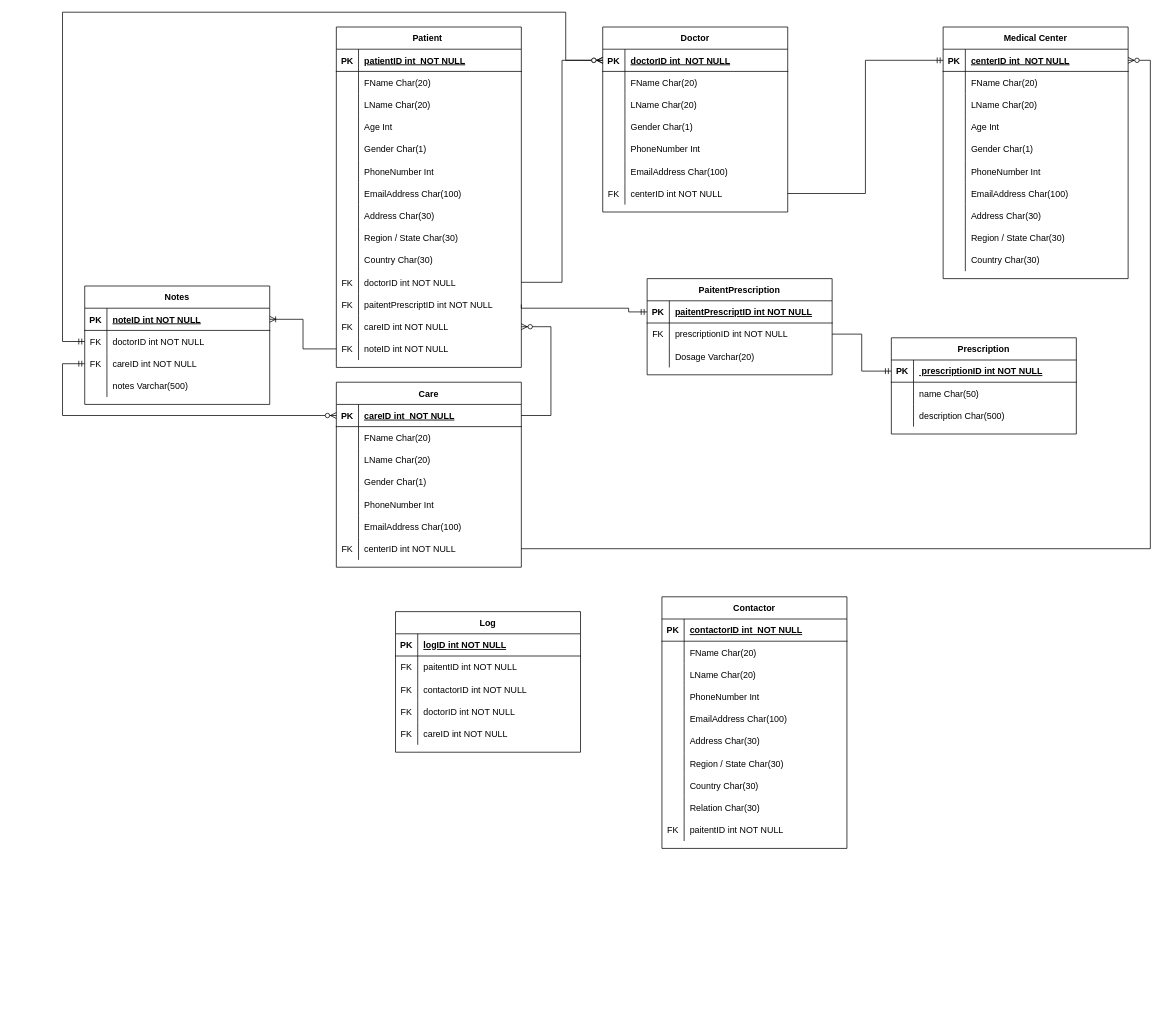
KoopaTheTurtle/BCDE214-Assignment-1 keeps this draw.io diagram as ERD-1-Submission-1.drawio. Above is the earlier version. Source tidied: cells renumbered, new cells numbered last; positions are measured from the earlier drawing's top-left corner, leaving out a move shared by most shapes. Both pictures are drawn from the tidied source at 74%, with x=0, y=0 at pixel (62, 12).
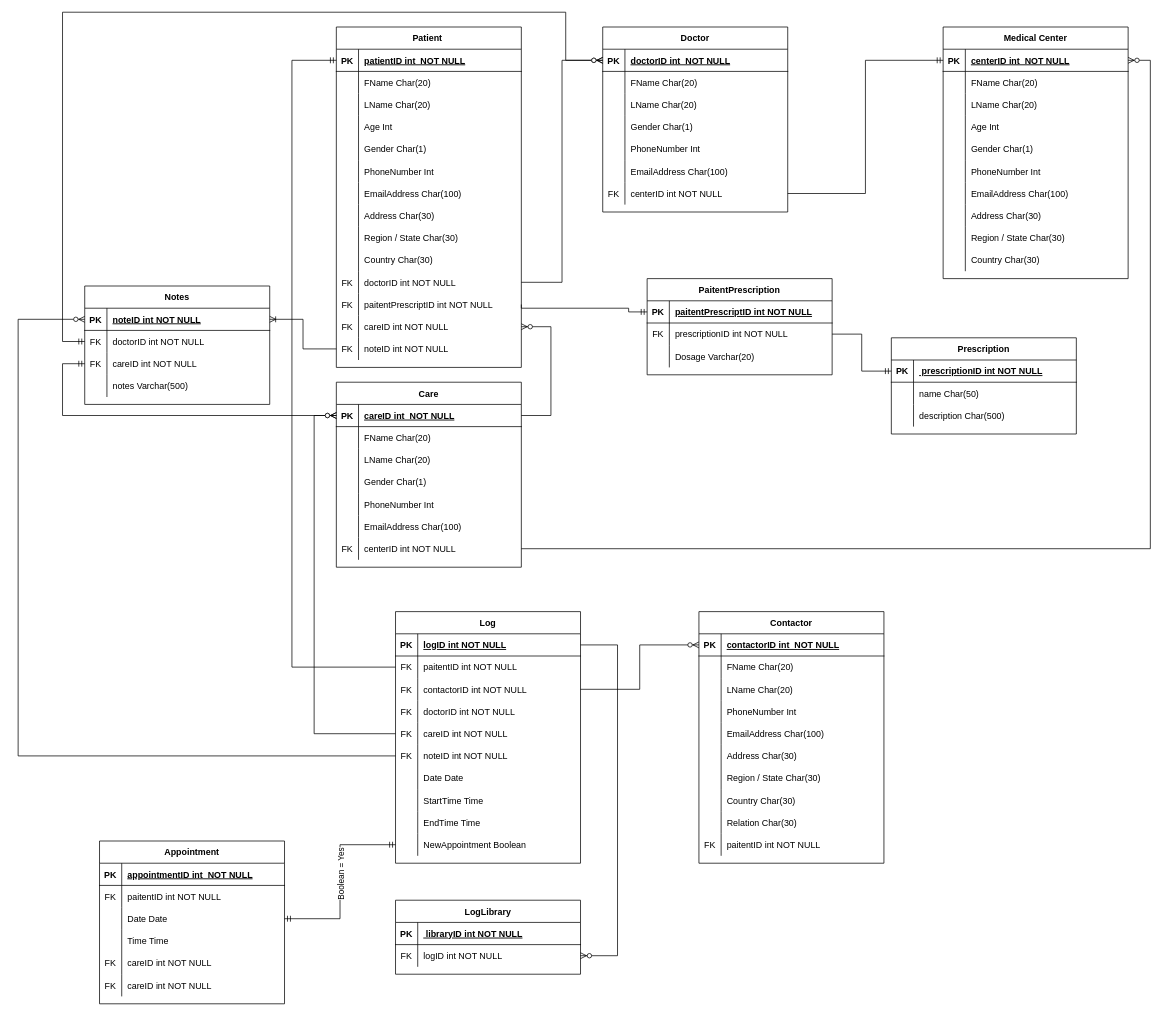
Above is the later version.

The change refers to these unchanged cells:
```xml
<mxCell id="3" style="shape=partialRectangle;fillColor=none;points=[[0,0.5],[1,0.5]];portConstraint=eastwest;top=0;left=0;right=0;bottom=1;" parent="2" vertex="1">
  <mxGeometry y="30" width="250" height="30" as="geometry" />
</mxCell>
<mxCell id="123" style="shape=partialRectangle;fillColor=none;points=[[0,0.5],[1,0.5]];portConstraint=eastwest;top=0;left=0;right=0;bottom=1;" parent="122" vertex="1">
  <mxGeometry y="30" width="250" height="30" as="geometry" />
</mxCell>
<mxCell id="147" style="shape=partialRectangle;fillColor=none;points=[[0,0.5],[1,0.5]];portConstraint=eastwest;top=0;left=0;right=0;bottom=1;" parent="146" vertex="1">
  <mxGeometry y="30" width="250" height="30" as="geometry" />
</mxCell>
<mxCell id="163" style="shape=partialRectangle;fillColor=none;points=[[0,0.5],[1,0.5]];portConstraint=eastwest;top=0;left=0;right=0;bottom=1;" parent="162" vertex="1">
  <mxGeometry y="30" width="250" height="30" as="geometry" />
</mxCell>
<mxCell id="166" style="shape=partialRectangle;fillColor=none;points=[[0,0.5],[1,0.5]];portConstraint=eastwest;top=0;left=0;right=0;bottom=0;" parent="162" vertex="1">
  <mxGeometry y="60" width="250" height="30" as="geometry" />
</mxCell>
<mxCell id="169" style="shape=partialRectangle;fillColor=none;points=[[0,0.5],[1,0.5]];portConstraint=eastwest;top=0;left=0;right=0;bottom=0;" parent="162" vertex="1">
  <mxGeometry y="90" width="250" height="30" as="geometry" />
</mxCell>
<mxCell id="175" style="shape=partialRectangle;fillColor=none;points=[[0,0.5],[1,0.5]];portConstraint=eastwest;top=0;left=0;right=0;bottom=0;" parent="162" vertex="1">
  <mxGeometry y="150" width="250" height="30" as="geometry" />
</mxCell>
<mxCell id="179" style="shape=partialRectangle;fillColor=none;points=[[0,0.5],[1,0.5]];portConstraint=eastwest;top=0;left=0;right=0;bottom=1;" parent="178" vertex="1">
  <mxGeometry y="30" width="250" height="30" as="geometry" />
</mxCell>
```

What changed in the source:
```diff
@@
     <mxCell id="162" value="Log" style="shape=table;startSize=30;childLayout=tableLayout;rowLines=0;fontStyle=1;align=center;" parent="1" vertex="1">
-      <mxGeometry x="450" y="810" width="250" height="190" as="geometry" />
+      <mxGeometry x="450" y="810" width="250" height="340" as="geometry" />
     </mxCell>
@@
+    <mxCell id="209" style="shape=partialRectangle;fillColor=none;points=[[0,0.5],[1,0.5]];portConstraint=eastwest;top=0;left=0;right=0;bottom=0;" parent="162" vertex="1">
+      <mxGeometry y="180" width="250" height="30" as="geometry" />
+    </mxCell>
+    <mxCell id="210" value="FK" style="shape=partialRectangle;overflow=hidden;fillColor=none;top=0;left=0;bottom=0;right=0;" parent="209" vertex="1">
+      <mxGeometry width="30" height="30" as="geometry" />
+    </mxCell>
+    <mxCell id="211" value="noteID int NOT NULL" style="shape=partialRectangle;overflow=hidden;fillColor=none;top=0;left=0;bottom=0;right=0;align=left;spacingLeft=6;" parent="209" vertex="1">
+      <mxGeometry x="30" width="220" height="30" as="geometry" />
+    </mxCell>
+    <mxCell id="212" style="shape=partialRectangle;fillColor=none;top=0;left=0;right=0;bottom=0;" parent="162" vertex="1">
+      <mxGeometry y="210" width="250" height="30" as="geometry" />
+    </mxCell>
+    <mxCell id="213" style="shape=partialRectangle;overflow=hidden;fillColor=none;top=0;left=0;bottom=0;right=0;" parent="212" vertex="1">
+      <mxGeometry width="30" height="30" as="geometry" />
+    </mxCell>
+    <mxCell id="214" value="Date Date" style="shape=partialRectangle;overflow=hidden;fillColor=none;top=0;left=0;bottom=0;right=0;align=left;spacingLeft=6;" parent="212" vertex="1">
+      <mxGeometry x="30" width="220" height="30" as="geometry" />
+    </mxCell>
+    <mxCell id="215" style="shape=partialRectangle;fillColor=none;top=0;left=0;right=0;bottom=0;" parent="162" vertex="1">
+      <mxGeometry y="240" width="250" height="30" as="geometry" />
+    </mxCell>
+    <mxCell id="216" style="shape=partialRectangle;overflow=hidden;fillColor=none;top=0;left=0;bottom=0;right=0;" parent="215" vertex="1">
+      <mxGeometry width="30" height="30" as="geometry" />
+    </mxCell>
+    <mxCell id="217" value="StartTime Time" style="shape=partialRectangle;overflow=hidden;fillColor=none;top=0;left=0;bottom=0;right=0;align=left;spacingLeft=6;" parent="215" vertex="1">
+      <mxGeometry x="30" width="220" height="30" as="geometry" />
+    </mxCell>
+    <mxCell id="218" style="shape=partialRectangle;fillColor=none;top=0;left=0;right=0;bottom=0;" parent="162" vertex="1">
+      <mxGeometry y="270" width="250" height="30" as="geometry" />
+    </mxCell>
+    <mxCell id="219" style="shape=partialRectangle;overflow=hidden;fillColor=none;top=0;left=0;bottom=0;right=0;" parent="218" vertex="1">
+      <mxGeometry width="30" height="30" as="geometry" />
+    </mxCell>
+    <mxCell id="220" value="EndTime Time" style="shape=partialRectangle;overflow=hidden;fillColor=none;top=0;left=0;bottom=0;right=0;align=left;spacingLeft=6;" parent="218" vertex="1">
+      <mxGeometry x="30" width="220" height="30" as="geometry" />
+    </mxCell>
+    <mxCell id="221" style="shape=partialRectangle;fillColor=none;points=[[0,0.5],[1,0.5]];portConstraint=eastwest;top=0;left=0;right=0;bottom=0;" parent="162" vertex="1">
+      <mxGeometry y="300" width="250" height="30" as="geometry" />
+    </mxCell>
+    <mxCell id="222" style="shape=partialRectangle;overflow=hidden;fillColor=none;top=0;left=0;bottom=0;right=0;" parent="221" vertex="1">
+      <mxGeometry width="30" height="30" as="geometry" />
+    </mxCell>
+    <mxCell id="223" value="NewAppointment Boolean" style="shape=partialRectangle;overflow=hidden;fillColor=none;top=0;left=0;bottom=0;right=0;align=left;spacingLeft=6;" parent="221" vertex="1">
+      <mxGeometry x="30" width="220" height="30" as="geometry" />
+    </mxCell>
     <mxCell id="178" value="Contactor" style="shape=table;startSize=30;childLayout=tableLayout;rowLines=0;fontStyle=1;align=center;" parent="1" vertex="1">
-      <mxGeometry x="810" y="790" width="250" height="340" as="geometry" />
+      <mxGeometry x="860" y="810" width="250" height="340" as="geometry" />
     </mxCell>
@@
+    <mxCell id="224" style="edgeStyle=orthogonalEdgeStyle;fontSize=12;html=1;endArrow=ERzeroToMany;endFill=1;exitX=1;exitY=0.5;exitDx=0;exitDy=0;rounded=0;" parent="1" edge="1" source="169" target="179">
+      <mxGeometry relative="1" as="geometry" />
+    </mxCell>
+    <mxCell id="225" style="edgeStyle=orthogonalEdgeStyle;fontSize=12;html=1;endArrow=ERmandOne;startArrow=ERmandOne;entryX=0;entryY=0.5;entryDx=0;entryDy=0;exitX=1;exitY=0.5;exitDx=0;exitDy=0;rounded=0;" parent="1" edge="1" source="242" target="221">
+      <mxGeometry relative="1" as="geometry" />
+    </mxCell>
+    <mxCell id="226" value="Boolean = Yes" style="edgeLabel;html=1;align=center;verticalAlign=middle;horizontal=0;" parent="225" vertex="1">
+      <mxGeometry x="0.07" y="-1" relative="1" as="geometry" />
+    </mxCell>
+    <mxCell id="227" value="LogLibrary" style="shape=table;startSize=30;childLayout=tableLayout;rowLines=0;fontStyle=1;align=center;" parent="1" vertex="1">
+      <mxGeometry x="450" y="1200" width="250" height="100" as="geometry" />
+    </mxCell>
+    <mxCell id="228" style="shape=partialRectangle;fillColor=none;top=0;left=0;right=0;bottom=1;" parent="227" vertex="1">
+      <mxGeometry y="30" width="250" height="30" as="geometry" />
+    </mxCell>
+    <mxCell id="229" value="PK" style="shape=partialRectangle;overflow=hidden;fillColor=none;top=0;left=0;bottom=0;right=0;fontStyle=1;" parent="228" vertex="1">
+      <mxGeometry width="30" height="30" as="geometry" />
+    </mxCell>
+    <mxCell id="230" value=" libraryID int NOT NULL " style="shape=partialRectangle;overflow=hidden;fillColor=none;top=0;left=0;bottom=0;right=0;align=left;spacingLeft=6;fontStyle=5;" parent="228" vertex="1">
+      <mxGeometry x="30" width="220" height="30" as="geometry" />
+    </mxCell>
+    <mxCell id="231" style="shape=partialRectangle;fillColor=none;points=[[0,0.5],[1,0.5]];portConstraint=eastwest;top=0;left=0;right=0;bottom=0;" parent="227" vertex="1">
+      <mxGeometry y="60" width="250" height="30" as="geometry" />
+    </mxCell>
+    <mxCell id="232" value="FK" style="shape=partialRectangle;overflow=hidden;fillColor=none;top=0;left=0;bottom=0;right=0;" parent="231" vertex="1">
+      <mxGeometry width="30" height="30" as="geometry" />
+    </mxCell>
+    <mxCell id="233" value="logID int NOT NULL" style="shape=partialRectangle;overflow=hidden;fillColor=none;top=0;left=0;bottom=0;right=0;align=left;spacingLeft=6;" parent="231" vertex="1">
+      <mxGeometry x="30" width="220" height="30" as="geometry" />
+    </mxCell>
+    <mxCell id="234" style="edgeStyle=orthogonalEdgeStyle;fontSize=12;html=1;endArrow=ERzeroToMany;endFill=1;rounded=0;exitX=1;exitY=0.5;exitDx=0;exitDy=0;entryX=1;entryY=0.5;entryDx=0;entryDy=0;" parent="1" edge="1" source="163" target="231">
+      <mxGeometry relative="1" as="geometry">
+        <Array as="points">
+          <mxPoint x="750" y="855" />
+          <mxPoint x="750" y="1275" />
+        </Array>
+      </mxGeometry>
+    </mxCell>
+    <mxCell id="235" value="Appointment" style="shape=table;startSize=30;childLayout=tableLayout;rowLines=0;fontStyle=1;align=center;" parent="1" vertex="1">
+      <mxGeometry x="50" y="1120" width="250" height="220" as="geometry" />
+    </mxCell>
+    <mxCell id="236" style="shape=partialRectangle;fillColor=none;top=0;left=0;right=0;bottom=1;" parent="235" vertex="1">
+      <mxGeometry y="30" width="250" height="30" as="geometry" />
+    </mxCell>
+    <mxCell id="237" value="PK" style="shape=partialRectangle;overflow=hidden;fillColor=none;top=0;left=0;bottom=0;right=0;fontStyle=1;" parent="236" vertex="1">
+      <mxGeometry width="30" height="30" as="geometry" />
+    </mxCell>
+    <mxCell id="238" value="appointmentID int  NOT NULL " style="shape=partialRectangle;overflow=hidden;fillColor=none;top=0;left=0;bottom=0;right=0;align=left;spacingLeft=6;fontStyle=5;" parent="236" vertex="1">
+      <mxGeometry x="30" width="220" height="30" as="geometry" />
+    </mxCell>
+    <mxCell id="239" style="shape=partialRectangle;fillColor=none;top=0;left=0;right=0;bottom=0;" parent="235" vertex="1">
+      <mxGeometry y="60" width="250" height="30" as="geometry" />
+    </mxCell>
+    <mxCell id="240" value="FK" style="shape=partialRectangle;overflow=hidden;fillColor=none;top=0;left=0;bottom=0;right=0;" parent="239" vertex="1">
+      <mxGeometry width="30" height="30" as="geometry" />
+    </mxCell>
+    <mxCell id="241" value="paitentID int NOT NULL" style="shape=partialRectangle;overflow=hidden;fillColor=none;top=0;left=0;bottom=0;right=0;align=left;spacingLeft=6;" parent="239" vertex="1">
+      <mxGeometry x="30" width="220" height="30" as="geometry" />
+    </mxCell>
+    <mxCell id="242" style="shape=partialRectangle;fillColor=none;points=[[0,0.5],[1,0.5]];portConstraint=eastwest;top=0;left=0;right=0;bottom=0;" parent="235" vertex="1">
+      <mxGeometry y="90" width="250" height="30" as="geometry" />
+    </mxCell>
+    <mxCell id="243" style="shape=partialRectangle;overflow=hidden;fillColor=none;top=0;left=0;bottom=0;right=0;" parent="242" vertex="1">
+      <mxGeometry width="30" height="30" as="geometry" />
+    </mxCell>
+    <mxCell id="244" value="Date Date" style="shape=partialRectangle;overflow=hidden;fillColor=none;top=0;left=0;bottom=0;right=0;align=left;spacingLeft=6;" parent="242" vertex="1">
+      <mxGeometry x="30" width="220" height="30" as="geometry" />
+    </mxCell>
+    <mxCell id="245" style="shape=partialRectangle;fillColor=none;top=0;left=0;right=0;bottom=0;" parent="235" vertex="1">
+      <mxGeometry y="120" width="250" height="30" as="geometry" />
+    </mxCell>
+    <mxCell id="246" style="shape=partialRectangle;overflow=hidden;fillColor=none;top=0;left=0;bottom=0;right=0;" parent="245" vertex="1">
+      <mxGeometry width="30" height="30" as="geometry" />
+    </mxCell>
+    <mxCell id="247" value="Time Time" style="shape=partialRectangle;overflow=hidden;fillColor=none;top=0;left=0;bottom=0;right=0;align=left;spacingLeft=6;" parent="245" vertex="1">
+      <mxGeometry x="30" width="220" height="30" as="geometry" />
+    </mxCell>
+    <mxCell id="248" style="shape=partialRectangle;fillColor=none;top=0;left=0;right=0;bottom=0;" parent="235" vertex="1">
+      <mxGeometry y="150" width="250" height="30" as="geometry" />
+    </mxCell>
+    <mxCell id="249" value="FK" style="shape=partialRectangle;overflow=hidden;fillColor=none;top=0;left=0;bottom=0;right=0;" parent="248" vertex="1">
+      <mxGeometry width="30" height="30" as="geometry" />
+    </mxCell>
+    <mxCell id="250" value="careID int NOT NULL" style="shape=partialRectangle;overflow=hidden;fillColor=none;top=0;left=0;bottom=0;right=0;align=left;spacingLeft=6;" parent="248" vertex="1">
+      <mxGeometry x="30" width="220" height="30" as="geometry" />
+    </mxCell>
+    <mxCell id="251" style="shape=partialRectangle;fillColor=none;top=0;left=0;right=0;bottom=0;" parent="235" vertex="1">
+      <mxGeometry y="180" width="250" height="30" as="geometry" />
+    </mxCell>
+    <mxCell id="252" value="FK" style="shape=partialRectangle;overflow=hidden;fillColor=none;top=0;left=0;bottom=0;right=0;" parent="251" vertex="1">
+      <mxGeometry width="30" height="30" as="geometry" />
+    </mxCell>
+    <mxCell id="253" value="careID int NOT NULL" style="shape=partialRectangle;overflow=hidden;fillColor=none;top=0;left=0;bottom=0;right=0;align=left;spacingLeft=6;" parent="251" vertex="1">
+      <mxGeometry x="30" width="220" height="30" as="geometry" />
+    </mxCell>
+    <mxCell id="254" style="edgeStyle=orthogonalEdgeStyle;fontSize=12;html=1;endArrow=ERzeroToMany;endFill=1;exitX=0;exitY=0.5;exitDx=0;exitDy=0;entryX=0;entryY=0.5;entryDx=0;entryDy=0;rounded=0;" parent="1" edge="1" source="175" target="123">
+      <mxGeometry relative="1" as="geometry">
+        <Array as="points">
+          <mxPoint x="340" y="975" />
+          <mxPoint x="340" y="545" />
+        </Array>
+      </mxGeometry>
+    </mxCell>
+    <mxCell id="255" style="edgeStyle=orthogonalEdgeStyle;fontSize=12;html=1;endArrow=ERzeroToMany;endFill=1;exitX=0;exitY=0.5;exitDx=0;exitDy=0;entryX=0;entryY=0.5;entryDx=0;entryDy=0;rounded=0;" parent="1" edge="1" source="209" target="147">
+      <mxGeometry relative="1" as="geometry">
+        <Array as="points">
+          <mxPoint x="-60" y="1005" />
+          <mxPoint x="-60" y="415" />
+        </Array>
+      </mxGeometry>
+    </mxCell>
+    <mxCell id="256" style="edgeStyle=orthogonalEdgeStyle;fontSize=12;html=1;endArrow=ERmandOne;entryX=0;entryY=0.5;entryDx=0;entryDy=0;rounded=0;exitX=0;exitY=0.5;exitDx=0;exitDy=0;" parent="1" edge="1" source="166" target="3">
+      <mxGeometry relative="1" as="geometry">
+        <Array as="points">
+          <mxPoint x="310" y="885" />
+          <mxPoint x="310" y="65" />
+        </Array>
+      </mxGeometry>
+    </mxCell>
```
